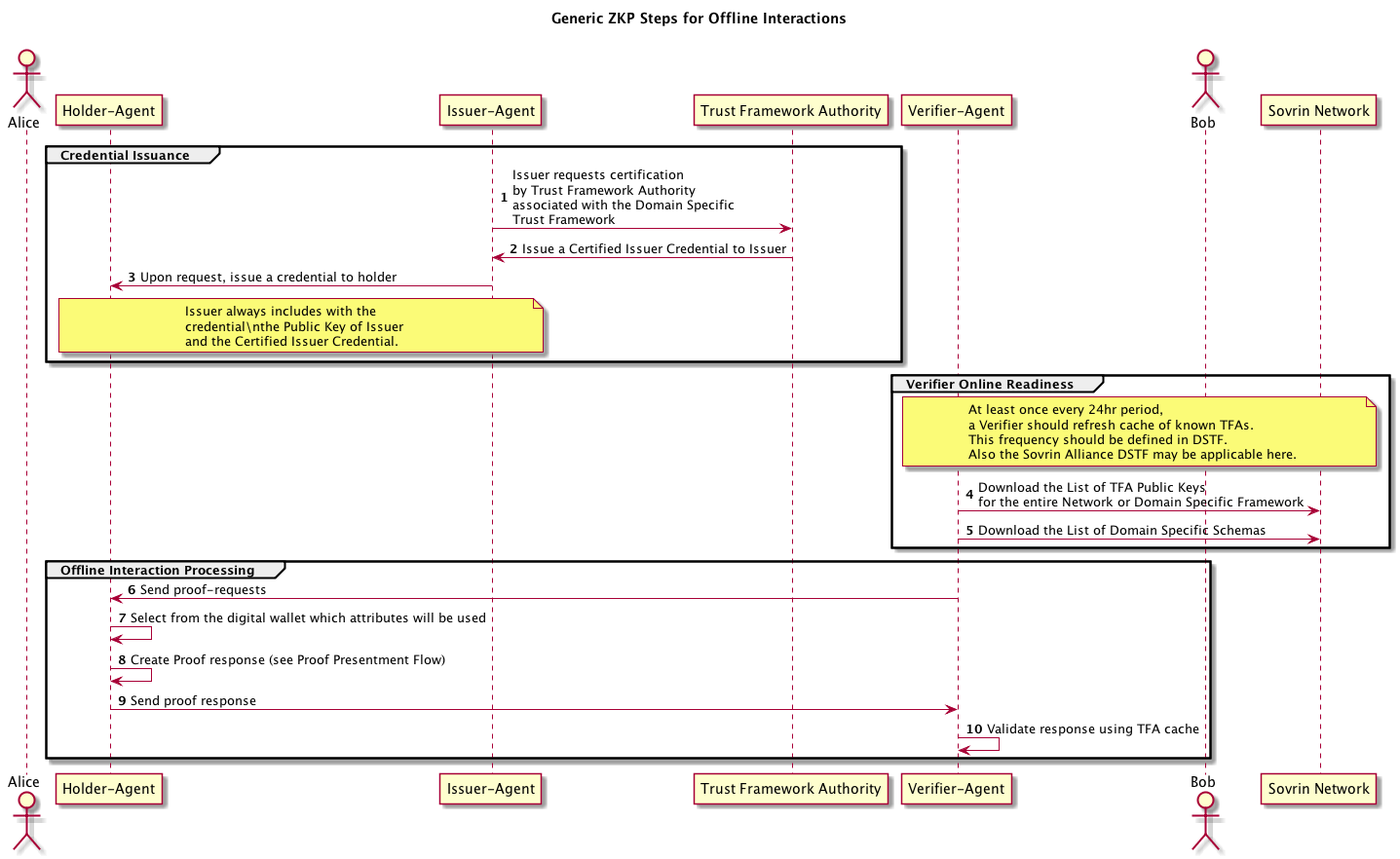
This is diagrams/images/zkp-steps.png from vinomaster/offline-vcreds, a PlantUML export, as it was before one commit. Its source is kept beside it as diagrams/src/zkp-steps.puml. The source it was exported from:
```plantuml
@startuml

autonumber

title Generic ZKP Steps for Offline Interactions \n

participant "Sovrin Network" as SN
actor "Alice" as Holder
participant "Holder-Agent" as HA
participant "Issuer-Agent" as IA
participant "Trust Framework Authority" as TFA
participant "Verifier-Agent" as VA
actor "Bob" as Verifier
participant "Sovrin Network" as SN

group Credential Issuance
IA->TFA: Issuer requests certification\nby Trust Framework Authority\nassociated with the Domain Specific\nTrust Framework
TFA->IA: Issue a Certified Issuer Credential to Issuer
IA->HA: Upon request, issue a credential to holder
note over HA, IA
  Issuer always includes with the
  credential\nthe Public Key of Issuer
  and the Certified Issuer Credential.
end note
end

group Verifier Online Readiness
note over VA, SN
  At least once every 24hr period,
  a Verifier should refresh cache of known TFAs.
  This frequency should be defined in DSTF.
  Also the Sovrin Alliance DSTF may be applicable here.
end note
VA->SN: Download the List of TFA Public Keys\nfor the entire Network or Domain Specific Framework
VA->SN: Download the List of Domain Specific Schemas
end

group Offline Interaction Processing
VA->HA: Send proof-requests
HA->HA: Select from the digital wallet which attributes will be used
HA->HA: Create Proof response (see Proof Presentment Flow)
HA->VA: Send proof response
VA->VA: Validate response using TFA cache
end

@enduml
```
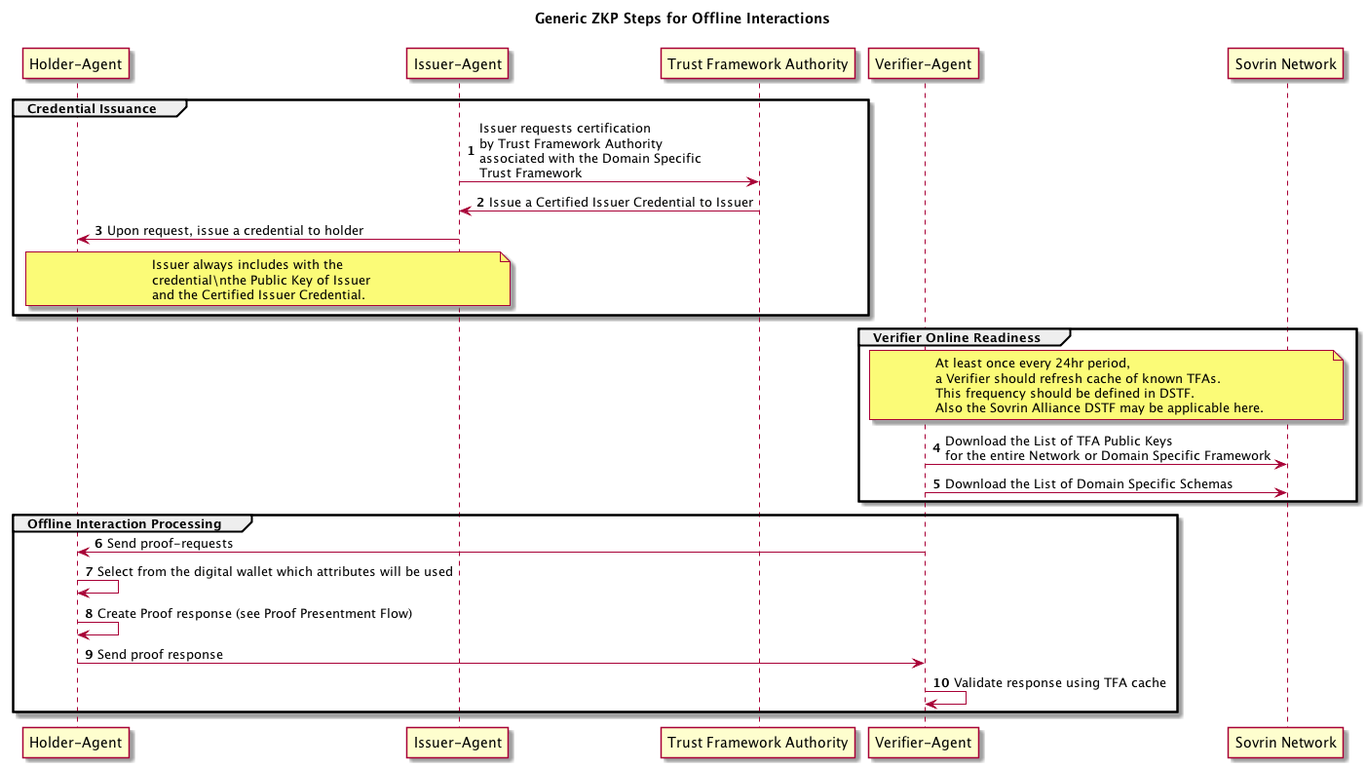
After the commit.

Commit message:
remove actors from zkp-steps seq diagram

Diff of the diagram source:
```diff
@@ -5,12 +5,10 @@
 title Generic ZKP Steps for Offline Interactions \n
 
 participant "Sovrin Network" as SN
-actor "Alice" as Holder
 participant "Holder-Agent" as HA
 participant "Issuer-Agent" as IA
 participant "Trust Framework Authority" as TFA
 participant "Verifier-Agent" as VA
-actor "Bob" as Verifier
 participant "Sovrin Network" as SN
 
 group Credential Issuance
```
